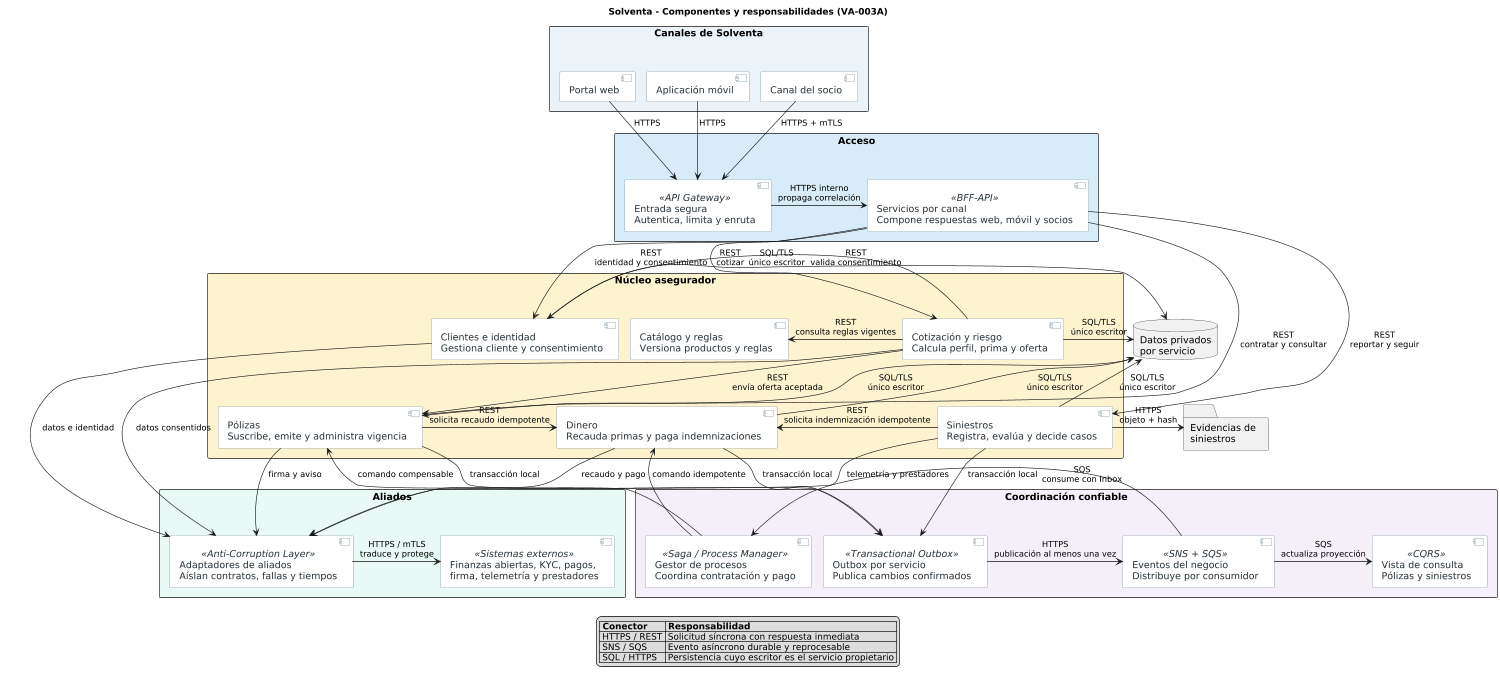
The PlantUML diagram docs/arquitectura/generated/diagrama_componentes_responsabilidades.png in sjfuentes-uniandes/proyecto-final-2-backend, before a commit. Source of this version:
```plantuml
@startuml
title Solventa - Componentes y responsabilidades (VA-003A)
!pragma layout smetana

scale max 1500 width
top to bottom direction

skinparam shadowing false
skinparam linetype ortho
skinparam componentStyle uml2
skinparam packageStyle rectangle
skinparam defaultFontName Arial
skinparam defaultFontSize 15
skinparam ArrowFontSize 13
skinparam nodesep 32
skinparam ranksep 48
skinparam component {
  BackgroundColor #FFFFFF
  BorderColor #607D8B
  FontColor #263238
}

package "Canales de Solventa" #EAF2F8 {
  component "Portal web" as Web
  component "Aplicación móvil" as Movil
  component "Canal del socio" as Socio
  Web -[hidden]right-> Movil
  Movil -[hidden]right-> Socio
}

package "Acceso" #D6EAF8 {
  component "Entrada segura\nAutentica, limita y enruta" as Gateway <<API Gateway>>
  component "Servicios por canal\nCompone respuestas web, móvil y socios" as CanalesAPI <<BFF-API>>
  Gateway -right-> CanalesAPI : HTTPS interno\npropaga correlación
}

package "Núcleo asegurador" #FCF3CF {
  component "Clientes e identidad\nGestiona cliente y consentimiento" as Clientes
  component "Catálogo y reglas\nVersiona productos y reglas" as Catalogo
  component "Cotización y riesgo\nCalcula perfil, prima y oferta" as Cotizacion
  component "Pólizas\nSuscribe, emite y administra vigencia" as Polizas
  component "Siniestros\nRegistra, evalúa y decide casos" as Siniestros
  component "Dinero\nRecauda primas y paga indemnizaciones" as Dinero

  Clientes -[hidden]right-> Catalogo
  Catalogo -[hidden]right-> Cotizacion
  Polizas -[hidden]right-> Siniestros
  Siniestros -[hidden]right-> Dinero
  Clientes -[hidden]down-> Polizas
}

package "Coordinación confiable" #F5EEF8 {
  component "Outbox por servicio\nPublica cambios confirmados" as Outbox <<Transactional Outbox>>
  component "Eventos del negocio\nDistribuye por consumidor" as Eventos <<SNS + SQS>>
  component "Gestor de procesos\nCoordina contratación y pago" as Saga <<Saga / Process Manager>>
  component "Vista de consulta\nPólizas y siniestros" as Consulta <<CQRS>>

  Outbox -right-> Eventos : HTTPS\npublicación al menos una vez
  Eventos -right-> Saga : SQS\nconsume con Inbox
  Eventos -right-> Consulta : SQS\nactualiza proyección
}

package "Aliados" #E8F8F5 {
  component "Adaptadores de aliados\nAíslan contratos, fallas y tiempos" as Adaptadores <<Anti-Corruption Layer>>
  component "Finanzas abiertas, KYC, pagos,\nfirma, telemetría y prestadores" as Externos <<Sistemas externos>>
  Adaptadores -right-> Externos : HTTPS / mTLS\ntraduce y protege
}

database "Datos privados\npor servicio" as Datos
folder "Evidencias de\nsiniestros" as Evidencias

Web -down-> Gateway : HTTPS
Movil -down-> Gateway : HTTPS
Socio -down-> Gateway : HTTPS + mTLS

CanalesAPI -down-> Clientes : REST\nidentidad y consentimiento
CanalesAPI -down-> Cotizacion : REST\ncotizar
CanalesAPI -down-> Polizas : REST\ncontratar y consultar
CanalesAPI -down-> Siniestros : REST\nreportar y seguir

Cotizacion -left-> Clientes : REST\nvalida consentimiento
Cotizacion -left-> Catalogo : REST\nconsulta reglas vigentes
Cotizacion -down-> Polizas : REST\nenvía oferta aceptada
Polizas -right-> Dinero : REST\nsolicita recaudo idempotente
Siniestros -right-> Dinero : REST\nsolicita indemnización idempotente

Polizas -down-> Outbox : transacción local
Siniestros -down-> Outbox : transacción local
Dinero -down-> Outbox : transacción local
Saga -up-> Polizas : comando compensable
Saga -up-> Dinero : comando idempotente

Clientes -left-> Datos : SQL/TLS\núnico escritor
Cotizacion -left-> Datos : SQL/TLS\núnico escritor
Polizas -left-> Datos : SQL/TLS\núnico escritor
Siniestros -left-> Datos : SQL/TLS\núnico escritor
Dinero -left-> Datos : SQL/TLS\núnico escritor
Siniestros -right-> Evidencias : HTTPS\nobjeto + hash

Clientes -down-> Adaptadores : datos e identidad
Cotizacion -down-> Adaptadores : datos consentidos
Polizas -down-> Adaptadores : firma y aviso
Siniestros -down-> Adaptadores : telemetría y prestadores
Dinero -down-> Adaptadores : recaudo y pago

legend bottom
  |= Conector |= Responsabilidad |
  | HTTPS / REST | Solicitud síncrona con respuesta inmediata |
  | SNS / SQS | Evento asíncrono durable y reprocesable |
  | SQL / HTTPS | Persistencia cuyo escritor es el servicio propietario |
endlegend

@enduml
```
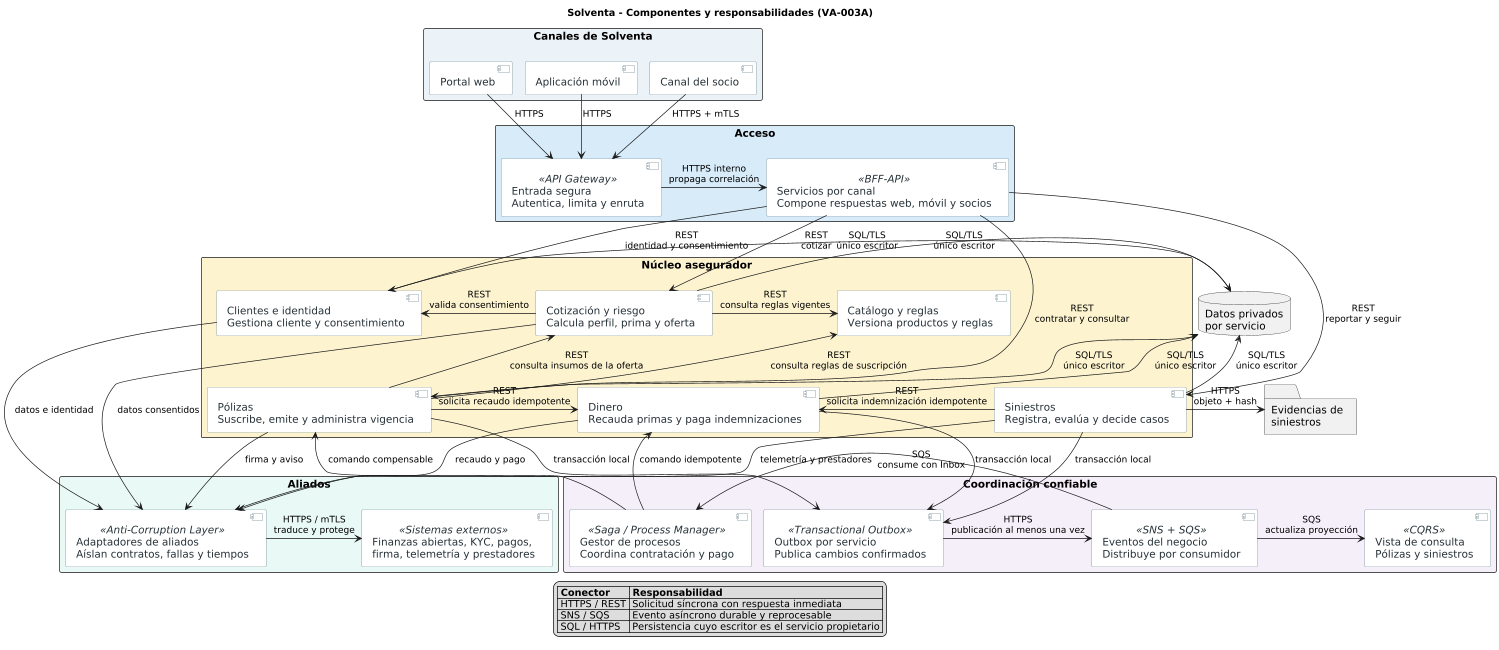
After the commit.

Commit message:
docs(docs): proponer el adr 0012 y actualizar el diagrama va-003a

La suscripción decide antes de la aceptación y polizas consulta a
cotizacion y catalogo (DS2-01, DS2-03 y DS2-04; CF-S2-01). Estado:
propuesto. Si el equipo no lo ratifica, se retira el cambio del .puml.
Se regeneró solo la imagen de este diagrama.

What changed in the source:
```diff
@@ -80,7 +80,8 @@
 
 Cotizacion -left-> Clientes : REST\nvalida consentimiento
 Cotizacion -left-> Catalogo : REST\nconsulta reglas vigentes
-Cotizacion -down-> Polizas : REST\nenvía oferta aceptada
+Polizas -up-> Cotizacion : REST\nconsulta insumos de la oferta
+Polizas -up-> Catalogo : REST\nconsulta reglas de suscripción
 Polizas -right-> Dinero : REST\nsolicita recaudo idempotente
 Siniestros -right-> Dinero : REST\nsolicita indemnización idempotente
 
```
